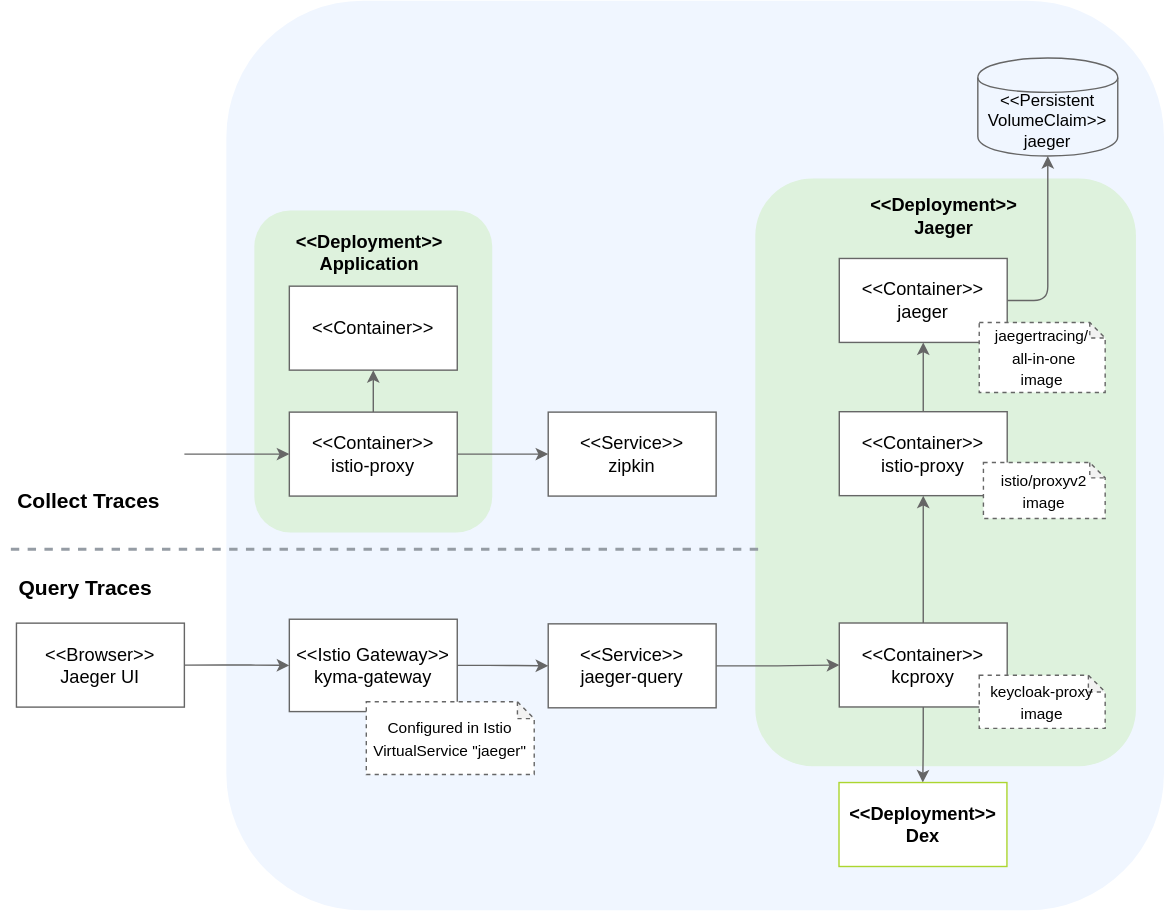
Before: docs/05-technical-reference/03-architecture/assets/obsv-tracing-architecture.svg, a diagram exported from draw.io (kyma-project/kyma). Source tidied: cells renumbered, new cells last; positions are measured from the earlier drawing's top-left corner, leaving out a move shared by most shapes.
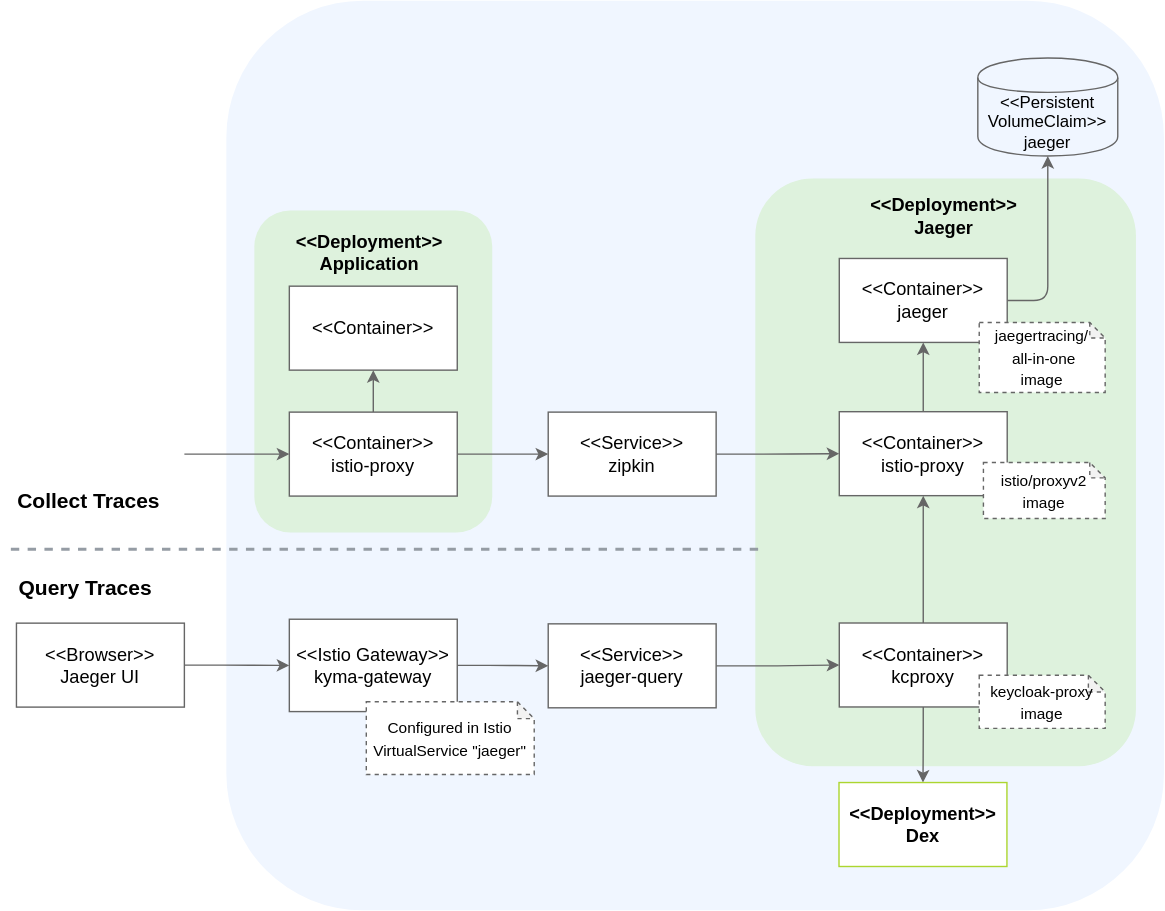
After the change.

Commit message:
add missing arrow

The edit, as a diff of the source:
```diff
@@ -106,5 +106,10 @@
         <mxPoint x="130" y="324" as="sourcePoint" />
       </mxGeometry>
     </mxCell>
+    <mxCell id="35" style="edgeStyle=orthogonalEdgeStyle;rounded=1;jettySize=auto;html=1;entryX=0;entryY=0.5;entryDx=0;entryDy=0;fontSize=13;strokeColor=#666666;" parent="1" edge="1" target="14">
+      <mxGeometry relative="1" as="geometry">
+        <mxPoint x="510" y="324" as="sourcePoint" />
+      </mxGeometry>
+    </mxCell>
   </root>
 </mxGraphModel>
```
